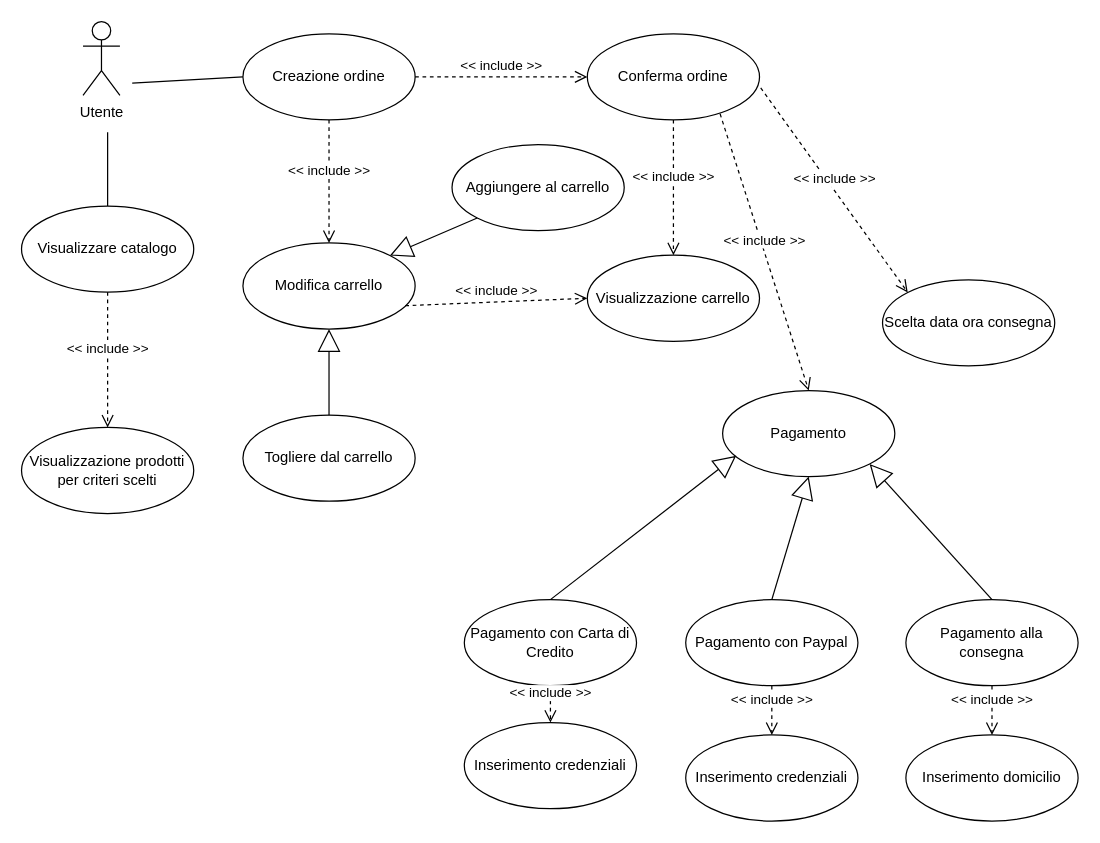
LorenzoMioso/ProgettoIngegneriaDelSoftware keeps this draw.io diagram as docs/UseCaseUtenteGestioneCarrello.drawio. Above is the earlier version. Source tidied: cells renumbered, new cells numbered last; positions are measured from the earlier drawing's top-left corner, leaving out a move shared by most shapes. Both pictures are drawn from the tidied source at 123%, with x=0, y=0 at pixel (21, 21).
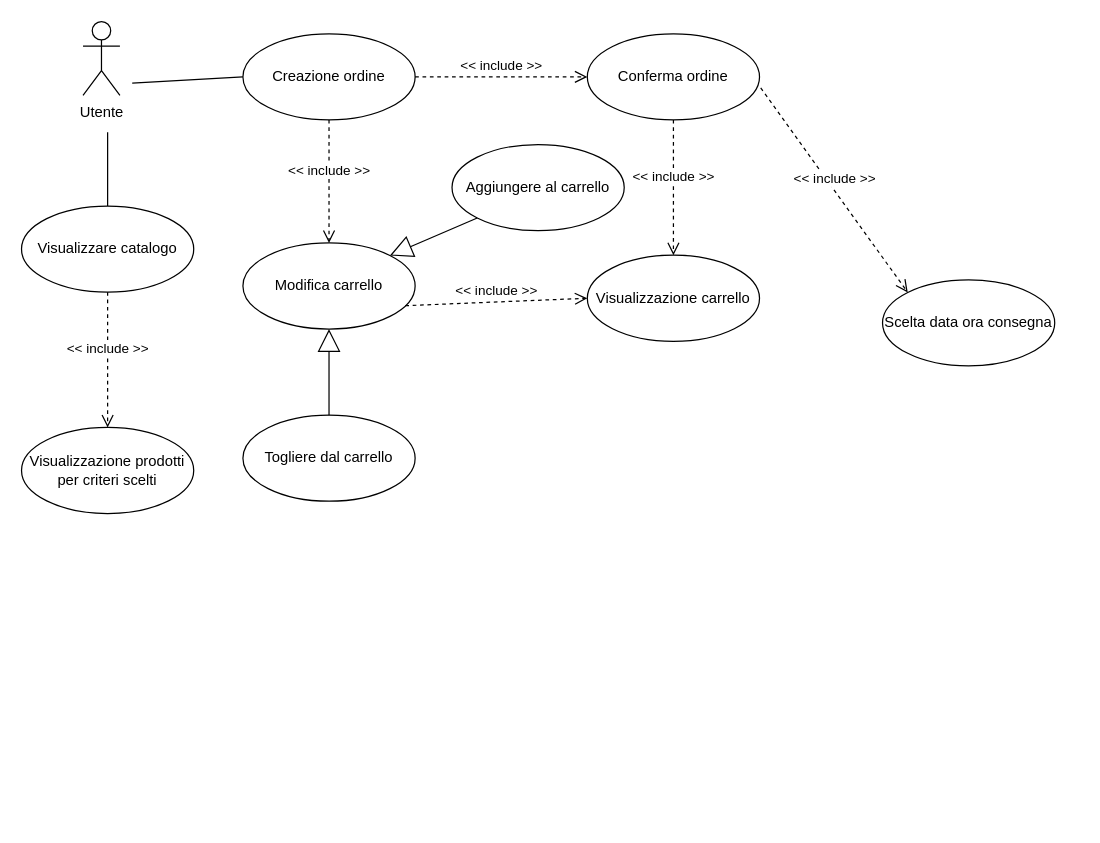
The same page after the edit.

Commit message (it also covers changes not shown here):
Modifica use case gestione carrello

The change refers to these unchanged cells:
```xml
<mxCell id="16" value="Conferma ordine" style="ellipse;whiteSpace=wrap;html=1;" parent="1" vertex="1">
  <mxGeometry x="460" y="10" width="140" height="70" as="geometry" />
</mxCell>
```

What changed in the source:
```diff
@@
-    <mxCell id="21" value="Pagamento" style="ellipse;whiteSpace=wrap;html=1;" parent="1" vertex="1">
-      <mxGeometry x="570" y="300" width="140" height="70" as="geometry" />
-    </mxCell>
-    <mxCell id="22" value="&amp;lt;&amp;lt; include &amp;gt;&amp;gt;" style="html=1;verticalAlign=bottom;endArrow=open;dashed=1;endSize=8;entryX=0.5;entryY=0;entryDx=0;entryDy=0;exitX=0.771;exitY=0.929;exitDx=0;exitDy=0;exitPerimeter=0;" parent="1" edge="1" source="16" target="21">
-      <mxGeometry relative="1" as="geometry" />
-    </mxCell>
-    <mxCell id="23" value="Pagamento con Carta di Credito" style="ellipse;whiteSpace=wrap;html=1;" parent="1" vertex="1">
-      <mxGeometry x="360" y="470" width="140" height="70" as="geometry" />
-    </mxCell>
-    <mxCell id="24" value="Pagamento con Paypal" style="ellipse;whiteSpace=wrap;html=1;" parent="1" vertex="1">
-      <mxGeometry x="540" y="470" width="140" height="70" as="geometry" />
-    </mxCell>
-    <mxCell id="25" value="Pagamento alla consegna" style="ellipse;whiteSpace=wrap;html=1;" parent="1" vertex="1">
-      <mxGeometry x="719" y="470" width="140" height="70" as="geometry" />
-    </mxCell>
-    <mxCell id="26" style="endArrow=block;endSize=16;endFill=0;html=1;entryX=0.079;entryY=0.757;entryDx=0;entryDy=0;exitX=0.5;exitY=0;exitDx=0;exitDy=0;entryPerimeter=0;" parent="1" edge="1" source="23" target="21">
-      <mxGeometry x="-0.1" y="-44" relative="1" as="geometry" />
-    </mxCell>
-    <mxCell id="27" style="endArrow=block;endSize=16;endFill=0;html=1;entryX=0.5;entryY=1;entryDx=0;entryDy=0;exitX=0.5;exitY=0;exitDx=0;exitDy=0;" parent="1" edge="1" source="24" target="21">
-      <mxGeometry x="-0.1" y="-44" relative="1" as="geometry" />
-    </mxCell>
-    <mxCell id="28" style="endArrow=block;endSize=16;endFill=0;html=1;entryX=1;entryY=1;entryDx=0;entryDy=0;exitX=0.5;exitY=0;exitDx=0;exitDy=0;" parent="1" edge="1" source="25" target="21">
-      <mxGeometry x="-0.1" y="-44" relative="1" as="geometry" />
-    </mxCell>
-    <mxCell id="29" value="Inserimento credenziali" style="ellipse;whiteSpace=wrap;html=1;" parent="1" vertex="1">
-      <mxGeometry x="360" y="570" width="140" height="70" as="geometry" />
-    </mxCell>
-    <mxCell id="30" value="Inserimento credenziali" style="ellipse;whiteSpace=wrap;html=1;" parent="1" vertex="1">
-      <mxGeometry x="540" y="580" width="140" height="70" as="geometry" />
-    </mxCell>
-    <mxCell id="31" value="Inserimento domicilio" style="ellipse;whiteSpace=wrap;html=1;" parent="1" vertex="1">
-      <mxGeometry x="719" y="580" width="140" height="70" as="geometry" />
-    </mxCell>
-    <mxCell id="32" value="&amp;lt;&amp;lt; include &amp;gt;&amp;gt;" style="html=1;verticalAlign=bottom;endArrow=open;dashed=1;endSize=8;entryX=0.5;entryY=0;entryDx=0;entryDy=0;exitX=0.5;exitY=1;exitDx=0;exitDy=0;" parent="1" edge="1" source="23" target="29">
-      <mxGeometry relative="1" as="geometry" />
-    </mxCell>
-    <mxCell id="33" value="&amp;lt;&amp;lt; include &amp;gt;&amp;gt;" style="html=1;verticalAlign=bottom;endArrow=open;dashed=1;endSize=8;entryX=0.5;entryY=0;entryDx=0;entryDy=0;exitX=0.5;exitY=1;exitDx=0;exitDy=0;" parent="1" edge="1" source="24" target="30">
-      <mxGeometry relative="1" as="geometry" />
-    </mxCell>
-    <mxCell id="34" value="&amp;lt;&amp;lt; include &amp;gt;&amp;gt;" style="html=1;verticalAlign=bottom;endArrow=open;dashed=1;endSize=8;entryX=0.5;entryY=0;entryDx=0;entryDy=0;exitX=0.5;exitY=1;exitDx=0;exitDy=0;" parent="1" edge="1" source="25" target="31">
-      <mxGeometry relative="1" as="geometry" />
-    </mxCell>
```
